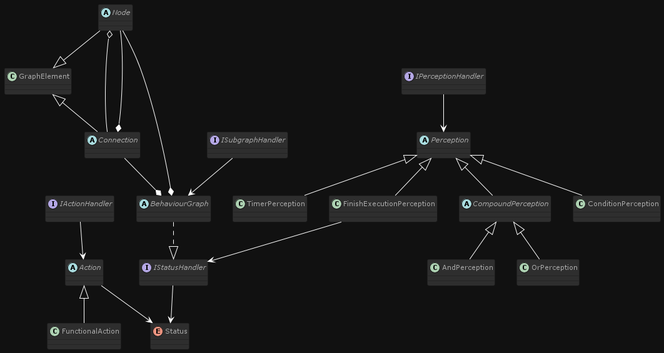
The PlantUML diagram out/Documentation/uml/core/Core.png in Alex-GameDev/behaviour-api, before a commit.
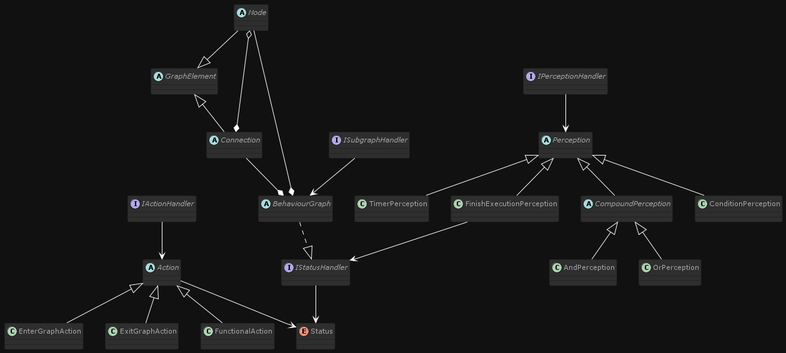
After the change.

What changed in the source:
```diff
@@ -3,8 +3,11 @@
 !theme reddress-darkblue
 skinparam backgroundColor #111111
 
+
 abstract class Node
+
 abstract class Connection
+abstract class GraphElement
 abstract class BehaviourGraph
 Interface IStatusHandler
 Interface IPerceptionHandler
@@ -17,9 +20,9 @@
 enum Status
 
 Node --|> GraphElement
+
 GraphElement <|-- Connection
-Node o-- Connection
-Node --* Connection
+Node o--* Connection
 BehaviourGraph ..|> IStatusHandler
 Node --* BehaviourGraph
 Connection --* BehaviourGraph
@@ -27,6 +30,8 @@
 ISubgraphHandler --> BehaviourGraph
 IActionHandler --> Action
 Action --> Status
+Action <|-- EnterGraphAction
+Action <|-- ExitGraphAction
 IPerceptionHandler --> Perception
 Perception <|-- ConditionPerception
 Perception <|-- CompoundPerception
```
